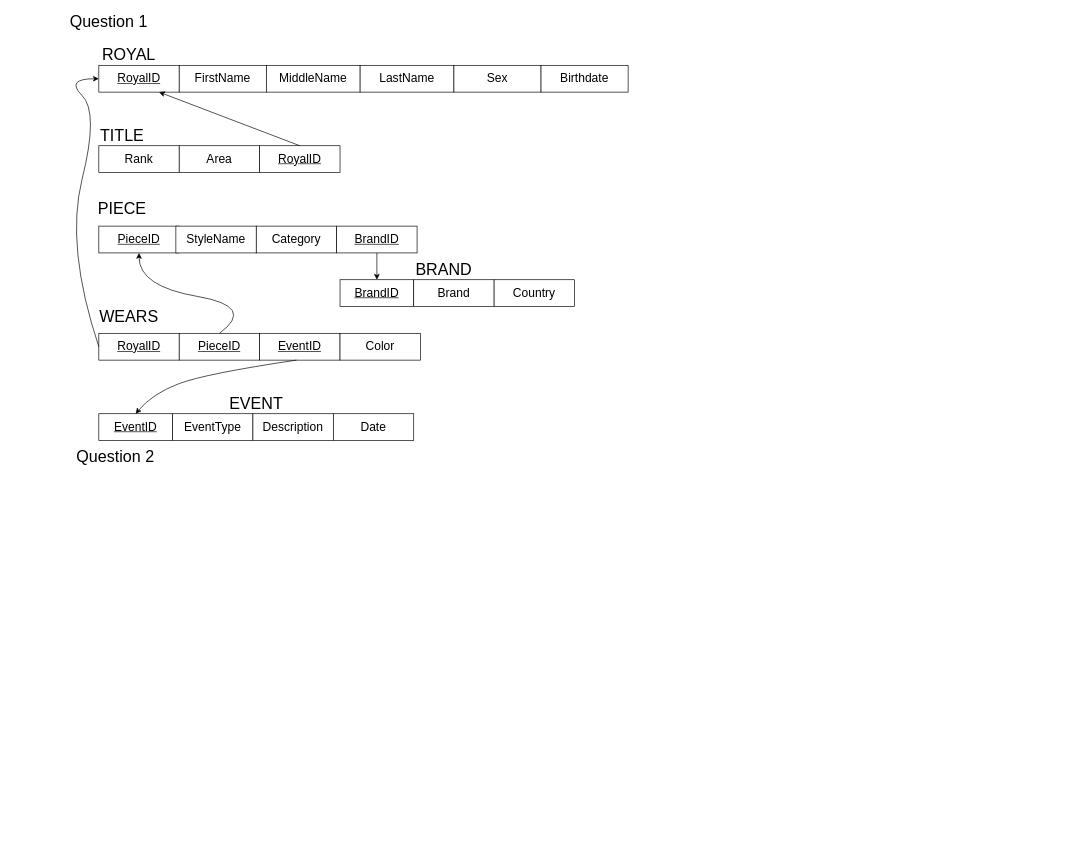
This is HW2/HW 2.drawio from KennethManzi1/Data-Management-Graduate-School-Course, a draw.io file, before an edit. Source tidied: cells renumbered, new cells numbered last; positions are measured from the earlier drawing's top-left corner, leaving out a move shared by most shapes. Both pictures are drawn from the tidied source at 67%, with x=0, y=0 at pixel (11, 11).
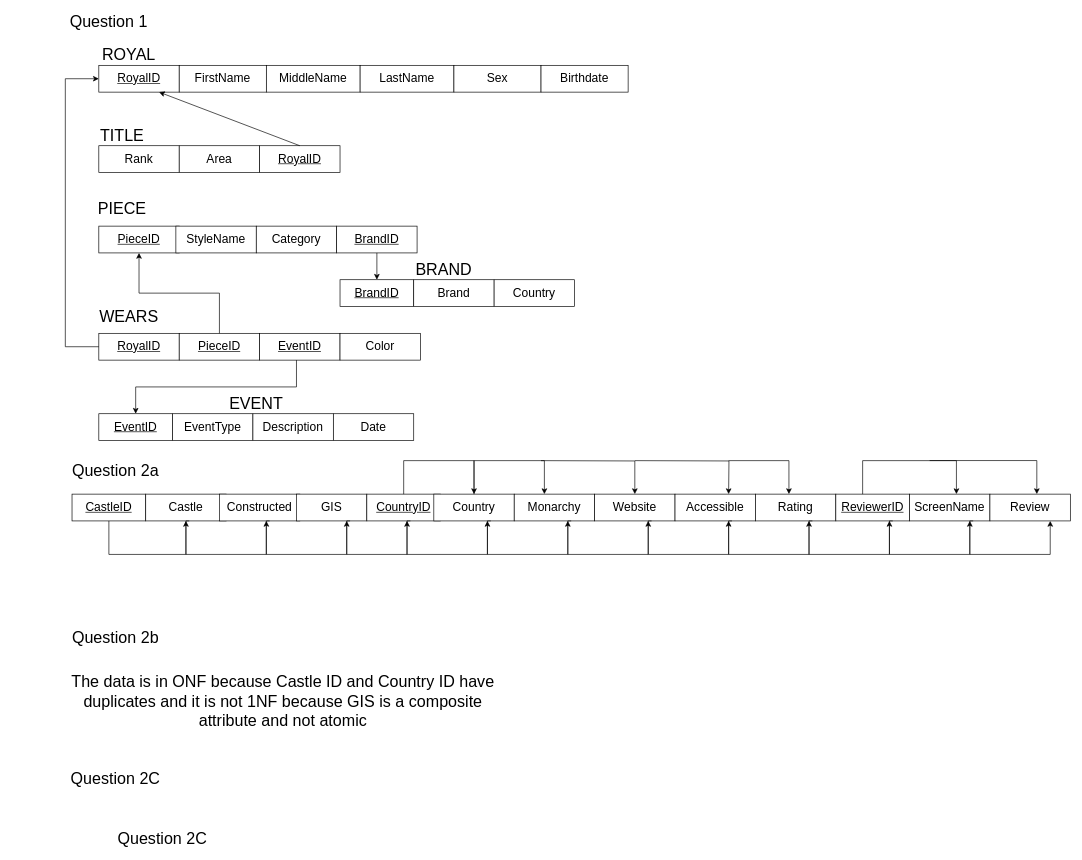
After the change.

Unchanged cells that the change refers to:
```xml
<mxCell id="16" value="&lt;font style=&quot;font-size: 18px;&quot;&gt;&lt;u&gt;PieceID&lt;/u&gt;&lt;/font&gt;" style="whiteSpace=wrap;html=1;align=center;" parent="1" vertex="1">
  <mxGeometry x="130" y="320" width="120" height="40" as="geometry" />
</mxCell>
<mxCell id="25" value="&lt;font style=&quot;font-size: 18px;&quot;&gt;&lt;u&gt;RoyalID&lt;/u&gt;&lt;/font&gt;" style="whiteSpace=wrap;html=1;align=center;" parent="1" vertex="1">
  <mxGeometry x="130" y="480" width="120" height="40" as="geometry" />
</mxCell>
<mxCell id="26" value="&lt;font style=&quot;font-size: 18px;&quot;&gt;&lt;u&gt;PieceID&lt;/u&gt;&lt;/font&gt;" style="whiteSpace=wrap;html=1;align=center;" parent="1" vertex="1">
  <mxGeometry x="250" y="480" width="120" height="40" as="geometry" />
</mxCell>
<mxCell id="33" value="&lt;font style=&quot;font-size: 18px;&quot;&gt;&lt;u&gt;EventID&lt;/u&gt;&lt;/font&gt;" style="whiteSpace=wrap;html=1;align=center;" parent="1" vertex="1">
  <mxGeometry x="130" y="600" width="110" height="40" as="geometry" />
</mxCell>
```

The edit, as a diff of the source:
```diff
@@
-    <mxCell id="31" style="curved=1;endArrow=classic;html=1;rounded=0;exitX=0;exitY=0.5;exitDx=0;exitDy=0;" parent="1" edge="1" source="25">
+    <mxCell id="31" style="endArrow=classic;html=1;rounded=0;exitX=0;exitY=0.5;exitDx=0;exitDy=0;edgeStyle=orthogonalEdgeStyle;" parent="1" edge="1" source="25">
       <mxGeometry relative="1" as="geometry">
         <mxPoint x="130" y="100" as="targetPoint" />
         <Array as="points">
-          <mxPoint x="80" y="350" />
-          <mxPoint x="130" y="150" />
+          <mxPoint x="80" y="500" />
           <mxPoint x="80" y="100" />
         </Array>
       </mxGeometry>
     </mxCell>
-    <mxCell id="32" style="curved=1;endArrow=classic;html=1;rounded=0;exitX=0.5;exitY=0;exitDx=0;exitDy=0;entryX=0.5;entryY=1;entryDx=0;entryDy=0;" parent="1" edge="1" source="26" target="16">
-      <mxGeometry relative="1" as="geometry">
-        <Array as="points">
-          <mxPoint x="365" y="440" />
-          <mxPoint x="190" y="410" />
-        </Array>
-      </mxGeometry>
+    <mxCell id="32" style="endArrow=classic;html=1;rounded=0;exitX=0.5;exitY=0;exitDx=0;exitDy=0;entryX=0.5;entryY=1;entryDx=0;entryDy=0;edgeStyle=orthogonalEdgeStyle;" parent="1" edge="1" source="26" target="16">
+      <mxGeometry relative="1" as="geometry" />
     </mxCell>
@@
-    <mxCell id="37" style="curved=1;endArrow=classic;html=1;rounded=0;exitX=0.5;exitY=1;exitDx=0;exitDy=0;entryX=0.5;entryY=0;entryDx=0;entryDy=0;" parent="1" edge="1" target="33">
+    <mxCell id="37" style="endArrow=classic;html=1;rounded=0;exitX=0.5;exitY=1;exitDx=0;exitDy=0;entryX=0.5;entryY=0;entryDx=0;entryDy=0;edgeStyle=orthogonalEdgeStyle;" parent="1" edge="1" target="33">
       <mxGeometry relative="1" as="geometry">
         <mxPoint x="425" y="520" as="sourcePoint" />
         <Array as="points">
-          <mxPoint x="290" y="540" />
-          <mxPoint x="210" y="570" />
+          <mxPoint x="425" y="560" />
+          <mxPoint x="185" y="560" />
         </Array>
       </mxGeometry>
     </mxCell>
@@
-    <mxCell id="39" value="&lt;font style=&quot;font-size: 24px;&quot;&gt;Question 2&lt;/font&gt;" style="text;html=1;whiteSpace=wrap;strokeColor=none;fillColor=none;align=center;verticalAlign=middle;rounded=0;" parent="1" vertex="1">
-      <mxGeometry x="10" y="650" width="290" height="30" as="geometry" />
+    <mxCell id="39" value="&lt;font style=&quot;font-size: 24px;&quot;&gt;Question 2a&lt;/font&gt;" style="text;html=1;whiteSpace=wrap;strokeColor=none;fillColor=none;align=center;verticalAlign=middle;rounded=0;" parent="1" vertex="1">
+      <mxGeometry x="10" y="670" width="290" height="30" as="geometry" />
     </mxCell>
+    <mxCell id="40" value="&lt;font style=&quot;font-size: 18px;&quot;&gt;&lt;u&gt;CastleID&lt;/u&gt;&lt;/font&gt;" style="whiteSpace=wrap;html=1;align=center;" parent="1" vertex="1">
+      <mxGeometry x="90" y="720" width="110" height="40" as="geometry" />
+    </mxCell>
+    <mxCell id="41" value="&lt;font style=&quot;font-size: 18px;&quot;&gt;Castle&lt;/font&gt;" style="whiteSpace=wrap;html=1;align=center;" parent="1" vertex="1">
+      <mxGeometry x="200" y="720" width="120" height="40" as="geometry" />
+    </mxCell>
+    <mxCell id="42" value="&lt;font style=&quot;font-size: 18px;&quot;&gt;Constructed&lt;/font&gt;" style="whiteSpace=wrap;html=1;align=center;" parent="1" vertex="1">
+      <mxGeometry x="310" y="720" width="120" height="40" as="geometry" />
+    </mxCell>
+    <mxCell id="43" value="&lt;font style=&quot;font-size: 18px;&quot;&gt;GIS&lt;/font&gt;" style="whiteSpace=wrap;html=1;align=center;" parent="1" vertex="1">
+      <mxGeometry x="425" y="720" width="105" height="40" as="geometry" />
+    </mxCell>
+    <mxCell id="44" value="&lt;font style=&quot;font-size: 18px;&quot;&gt;&lt;u&gt;CountryID&lt;/u&gt;&lt;/font&gt;" style="whiteSpace=wrap;html=1;align=center;" parent="1" vertex="1">
+      <mxGeometry x="530" y="720" width="110" height="40" as="geometry" />
+    </mxCell>
+    <mxCell id="45" value="&lt;font style=&quot;font-size: 18px;&quot;&gt;Country&lt;/font&gt;" style="whiteSpace=wrap;html=1;align=center;" parent="1" vertex="1">
+      <mxGeometry x="630" y="720" width="120" height="40" as="geometry" />
+    </mxCell>
+    <mxCell id="46" value="&lt;font style=&quot;font-size: 18px;&quot;&gt;Monarchy&lt;/font&gt;" style="whiteSpace=wrap;html=1;align=center;" parent="1" vertex="1">
+      <mxGeometry x="750" y="720" width="120" height="40" as="geometry" />
+    </mxCell>
+    <mxCell id="47" value="&lt;font style=&quot;font-size: 18px;&quot;&gt;Website&lt;/font&gt;" style="whiteSpace=wrap;html=1;align=center;" parent="1" vertex="1">
+      <mxGeometry x="870" y="720" width="120" height="40" as="geometry" />
+    </mxCell>
+    <mxCell id="48" value="&lt;font style=&quot;font-size: 18px;&quot;&gt;Accessible&lt;/font&gt;" style="whiteSpace=wrap;html=1;align=center;" parent="1" vertex="1">
+      <mxGeometry x="990" y="720" width="120" height="40" as="geometry" />
+    </mxCell>
+    <mxCell id="49" value="&lt;font style=&quot;font-size: 18px;&quot;&gt;Rating&lt;/font&gt;" style="whiteSpace=wrap;html=1;align=center;" parent="1" vertex="1">
+      <mxGeometry x="1110" y="720" width="120" height="40" as="geometry" />
+    </mxCell>
+    <mxCell id="50" value="&lt;font style=&quot;font-size: 18px;&quot;&gt;&lt;u&gt;ReviewerID&lt;/u&gt;&lt;/font&gt;" style="whiteSpace=wrap;html=1;align=center;" parent="1" vertex="1">
+      <mxGeometry x="1230" y="720" width="110" height="40" as="geometry" />
+    </mxCell>
+    <mxCell id="51" value="&lt;font style=&quot;font-size: 18px;&quot;&gt;ScreenName&lt;/font&gt;" style="whiteSpace=wrap;html=1;align=center;" parent="1" vertex="1">
+      <mxGeometry x="1340" y="720" width="120" height="40" as="geometry" />
+    </mxCell>
+    <mxCell id="52" value="&lt;font style=&quot;font-size: 18px;&quot;&gt;Review&lt;/font&gt;" style="whiteSpace=wrap;html=1;align=center;" parent="1" vertex="1">
+      <mxGeometry x="1460" y="720" width="120" height="40" as="geometry" />
+    </mxCell>
+    <mxCell id="53" style="endArrow=classic;html=1;rounded=0;exitX=0.5;exitY=1;exitDx=0;exitDy=0;entryX=0.5;entryY=1;entryDx=0;entryDy=0;edgeStyle=orthogonalEdgeStyle;" parent="1" edge="1" source="40" target="41">
+      <mxGeometry relative="1" as="geometry">
+        <Array as="points">
+          <mxPoint x="145" y="810" />
+          <mxPoint x="260" y="810" />
+        </Array>
+      </mxGeometry>
+    </mxCell>
+    <mxCell id="54" style="endArrow=classic;html=1;rounded=0;exitX=0.5;exitY=1;exitDx=0;exitDy=0;entryX=0.5;entryY=1;entryDx=0;entryDy=0;edgeStyle=orthogonalEdgeStyle;" parent="1" edge="1">
+      <mxGeometry relative="1" as="geometry">
+        <mxPoint x="265" y="760" as="sourcePoint" />
+        <mxPoint x="380" y="760" as="targetPoint" />
+        <Array as="points">
+          <mxPoint x="260" y="760" />
+          <mxPoint x="260" y="810" />
+          <mxPoint x="380" y="810" />
+        </Array>
+      </mxGeometry>
+    </mxCell>
+    <mxCell id="55" style="endArrow=classic;html=1;rounded=0;exitX=0.5;exitY=1;exitDx=0;exitDy=0;entryX=0.5;entryY=1;entryDx=0;entryDy=0;edgeStyle=orthogonalEdgeStyle;" parent="1" edge="1">
+      <mxGeometry relative="1" as="geometry">
+        <mxPoint x="385" y="760" as="sourcePoint" />
+        <mxPoint x="500" y="760" as="targetPoint" />
+        <Array as="points">
+          <mxPoint x="380" y="760" />
+          <mxPoint x="380" y="810" />
+          <mxPoint x="500" y="810" />
+        </Array>
+      </mxGeometry>
+    </mxCell>
+    <mxCell id="56" style="endArrow=classic;html=1;rounded=0;exitX=0.5;exitY=1;exitDx=0;exitDy=0;edgeStyle=orthogonalEdgeStyle;" parent="1" edge="1">
+      <mxGeometry relative="1" as="geometry">
+        <mxPoint x="505" y="760" as="sourcePoint" />
+        <mxPoint x="590" y="760" as="targetPoint" />
+        <Array as="points">
+          <mxPoint x="500" y="760" />
+          <mxPoint x="500" y="810" />
+          <mxPoint x="590" y="810" />
+          <mxPoint x="590" y="760" />
+        </Array>
+      </mxGeometry>
+    </mxCell>
+    <mxCell id="57" style="endArrow=classic;html=1;rounded=0;exitX=0.5;exitY=1;exitDx=0;exitDy=0;entryX=0.5;entryY=1;entryDx=0;entryDy=0;edgeStyle=orthogonalEdgeStyle;" parent="1" edge="1">
+      <mxGeometry relative="1" as="geometry">
+        <mxPoint x="595" y="760" as="sourcePoint" />
+        <mxPoint x="710" y="760" as="targetPoint" />
+        <Array as="points">
+          <mxPoint x="590" y="760" />
+          <mxPoint x="590" y="810" />
+          <mxPoint x="710" y="810" />
+        </Array>
+      </mxGeometry>
+    </mxCell>
+    <mxCell id="58" style="endArrow=classic;html=1;rounded=0;exitX=0.5;exitY=1;exitDx=0;exitDy=0;entryX=0.5;entryY=1;entryDx=0;entryDy=0;edgeStyle=orthogonalEdgeStyle;" parent="1" edge="1">
+      <mxGeometry relative="1" as="geometry">
+        <mxPoint x="715" y="760" as="sourcePoint" />
+        <mxPoint x="830" y="760" as="targetPoint" />
+        <Array as="points">
+          <mxPoint x="710" y="760" />
+          <mxPoint x="710" y="810" />
+          <mxPoint x="830" y="810" />
+        </Array>
+      </mxGeometry>
+    </mxCell>
+    <mxCell id="59" style="endArrow=classic;html=1;rounded=0;exitX=0.5;exitY=1;exitDx=0;exitDy=0;entryX=0.5;entryY=1;entryDx=0;entryDy=0;edgeStyle=orthogonalEdgeStyle;" parent="1" edge="1">
+      <mxGeometry relative="1" as="geometry">
+        <mxPoint x="835" y="760" as="sourcePoint" />
+        <mxPoint x="950" y="760" as="targetPoint" />
+        <Array as="points">
+          <mxPoint x="830" y="760" />
+          <mxPoint x="830" y="810" />
+          <mxPoint x="950" y="810" />
+        </Array>
+      </mxGeometry>
+    </mxCell>
+    <mxCell id="60" style="endArrow=classic;html=1;rounded=0;exitX=0.5;exitY=1;exitDx=0;exitDy=0;entryX=0.5;entryY=1;entryDx=0;entryDy=0;edgeStyle=orthogonalEdgeStyle;" parent="1" edge="1">
+      <mxGeometry relative="1" as="geometry">
+        <mxPoint x="955" y="760" as="sourcePoint" />
+        <mxPoint x="1070" y="760" as="targetPoint" />
+        <Array as="points">
+          <mxPoint x="950" y="760" />
+          <mxPoint x="950" y="810" />
+          <mxPoint x="1070" y="810" />
+        </Array>
+      </mxGeometry>
+    </mxCell>
+    <mxCell id="61" style="endArrow=classic;html=1;rounded=0;exitX=0.5;exitY=1;exitDx=0;exitDy=0;entryX=0.5;entryY=1;entryDx=0;entryDy=0;edgeStyle=orthogonalEdgeStyle;" parent="1" edge="1">
+      <mxGeometry relative="1" as="geometry">
+        <mxPoint x="1075" y="760" as="sourcePoint" />
+        <mxPoint x="1190" y="760" as="targetPoint" />
+        <Array as="points">
+          <mxPoint x="1070" y="760" />
+          <mxPoint x="1070" y="810" />
+          <mxPoint x="1190" y="810" />
+        </Array>
+      </mxGeometry>
+    </mxCell>
+    <mxCell id="62" style="endArrow=classic;html=1;rounded=0;exitX=0.5;exitY=1;exitDx=0;exitDy=0;entryX=0.5;entryY=1;entryDx=0;entryDy=0;edgeStyle=orthogonalEdgeStyle;" parent="1" edge="1">
+      <mxGeometry relative="1" as="geometry">
+        <mxPoint x="1195" y="760" as="sourcePoint" />
+        <mxPoint x="1310" y="760" as="targetPoint" />
+        <Array as="points">
+          <mxPoint x="1190" y="760" />
+          <mxPoint x="1190" y="810" />
+          <mxPoint x="1310" y="810" />
+        </Array>
+      </mxGeometry>
+    </mxCell>
+    <mxCell id="63" style="endArrow=classic;html=1;rounded=0;exitX=0.5;exitY=1;exitDx=0;exitDy=0;entryX=0.5;entryY=1;entryDx=0;entryDy=0;edgeStyle=orthogonalEdgeStyle;" parent="1" edge="1">
+      <mxGeometry relative="1" as="geometry">
+        <mxPoint x="1315" y="760" as="sourcePoint" />
+        <mxPoint x="1430" y="760" as="targetPoint" />
+        <Array as="points">
+          <mxPoint x="1310" y="760" />
+          <mxPoint x="1310" y="810" />
+          <mxPoint x="1430" y="810" />
+        </Array>
+      </mxGeometry>
+    </mxCell>
+    <mxCell id="64" style="endArrow=classic;html=1;rounded=0;exitX=0.5;exitY=1;exitDx=0;exitDy=0;entryX=0.5;entryY=1;entryDx=0;entryDy=0;edgeStyle=orthogonalEdgeStyle;" parent="1" edge="1">
+      <mxGeometry relative="1" as="geometry">
+        <mxPoint x="1435" y="760" as="sourcePoint" />
+        <mxPoint x="1550" y="760" as="targetPoint" />
+        <Array as="points">
+          <mxPoint x="1430" y="760" />
+          <mxPoint x="1430" y="810" />
+          <mxPoint x="1550" y="810" />
+        </Array>
+      </mxGeometry>
+    </mxCell>
+    <mxCell id="65" style="endArrow=classic;html=1;rounded=0;edgeStyle=orthogonalEdgeStyle;exitX=0.5;exitY=0;exitDx=0;exitDy=0;entryX=0.5;entryY=0;entryDx=0;entryDy=0;" parent="1" edge="1" source="44" target="45">
+      <mxGeometry relative="1" as="geometry">
+        <Array as="points">
+          <mxPoint x="585" y="670" />
+          <mxPoint x="690" y="670" />
+        </Array>
+      </mxGeometry>
+    </mxCell>
+    <mxCell id="66" style="endArrow=classic;html=1;rounded=0;edgeStyle=orthogonalEdgeStyle;exitX=0.5;exitY=0;exitDx=0;exitDy=0;entryX=0.5;entryY=0;entryDx=0;entryDy=0;" parent="1" edge="1">
+      <mxGeometry relative="1" as="geometry">
+        <mxPoint x="690" y="720" as="sourcePoint" />
+        <mxPoint x="795" y="720" as="targetPoint" />
+        <Array as="points">
+          <mxPoint x="690" y="670" />
+          <mxPoint x="795" y="670" />
+        </Array>
+      </mxGeometry>
+    </mxCell>
+    <mxCell id="67" style="endArrow=classic;html=1;rounded=0;edgeStyle=orthogonalEdgeStyle;entryX=0.5;entryY=0;entryDx=0;entryDy=0;" parent="1" edge="1" target="47">
+      <mxGeometry relative="1" as="geometry">
+        <mxPoint x="790" y="670" as="sourcePoint" />
+      </mxGeometry>
+    </mxCell>
+    <mxCell id="68" style="endArrow=classic;html=1;rounded=0;edgeStyle=orthogonalEdgeStyle;entryX=0.5;entryY=0;entryDx=0;entryDy=0;" parent="1" edge="1">
+      <mxGeometry relative="1" as="geometry">
+        <mxPoint x="930" y="670" as="sourcePoint" />
+        <mxPoint x="1070" y="720" as="targetPoint" />
+      </mxGeometry>
+    </mxCell>
+    <mxCell id="69" style="endArrow=classic;html=1;rounded=0;edgeStyle=orthogonalEdgeStyle;" parent="1" edge="1">
+      <mxGeometry relative="1" as="geometry">
+        <mxPoint x="1070" y="670" as="sourcePoint" />
+        <mxPoint x="1160" y="720" as="targetPoint" />
+        <Array as="points">
+          <mxPoint x="1160" y="670" />
+          <mxPoint x="1160" y="720" />
+        </Array>
+      </mxGeometry>
+    </mxCell>
+    <mxCell id="70" style="endArrow=classic;html=1;rounded=0;edgeStyle=orthogonalEdgeStyle;exitX=0.5;exitY=0;exitDx=0;exitDy=0;" parent="1" edge="1">
+      <mxGeometry relative="1" as="geometry">
+        <mxPoint x="1270" y="720" as="sourcePoint" />
+        <mxPoint x="1410" y="720" as="targetPoint" />
+        <Array as="points">
+          <mxPoint x="1270" y="670" />
+          <mxPoint x="1410" y="670" />
+          <mxPoint x="1410" y="720" />
+        </Array>
+      </mxGeometry>
+    </mxCell>
+    <mxCell id="71" style="endArrow=classic;html=1;rounded=0;edgeStyle=orthogonalEdgeStyle;" parent="1" edge="1">
+      <mxGeometry relative="1" as="geometry">
+        <mxPoint x="1370" y="669.9" as="sourcePoint" />
+        <mxPoint x="1530" y="720" as="targetPoint" />
+        <Array as="points">
+          <mxPoint x="1530" y="670" />
+          <mxPoint x="1530" y="720" />
+        </Array>
+      </mxGeometry>
+    </mxCell>
+    <mxCell id="72" value="&lt;font style=&quot;font-size: 24px;&quot;&gt;Question 2b&lt;/font&gt;" style="text;html=1;whiteSpace=wrap;strokeColor=none;fillColor=none;align=center;verticalAlign=middle;rounded=0;" parent="1" vertex="1">
+      <mxGeometry x="10" y="920" width="290" height="30" as="geometry" />
+    </mxCell>
+    <mxCell id="73" value="&lt;span style=&quot;font-size: 24px;&quot;&gt;The data is in ONF because Castle ID and Country ID have duplicates and it is not 1NF because GIS is a composite attribute and not atomic&lt;/span&gt;" style="text;html=1;whiteSpace=wrap;strokeColor=none;fillColor=none;align=center;verticalAlign=middle;rounded=0;" parent="1" vertex="1">
+      <mxGeometry x="60" y="980" width="690" height="100" as="geometry" />
+    </mxCell>
+    <mxCell id="74" value="&lt;font style=&quot;font-size: 24px;&quot;&gt;Question 2C&lt;/font&gt;" style="text;html=1;whiteSpace=wrap;strokeColor=none;fillColor=none;align=center;verticalAlign=middle;rounded=0;" parent="1" vertex="1">
+      <mxGeometry x="10" y="1130" width="290" height="30" as="geometry" />
+    </mxCell>
+    <mxCell id="75" value="&lt;font style=&quot;font-size: 24px;&quot;&gt;Question 2C&lt;/font&gt;" style="text;html=1;whiteSpace=wrap;strokeColor=none;fillColor=none;align=center;verticalAlign=middle;rounded=0;" parent="1" vertex="1">
+      <mxGeometry x="80" y="1220" width="290" height="30" as="geometry" />
+    </mxCell>
```
